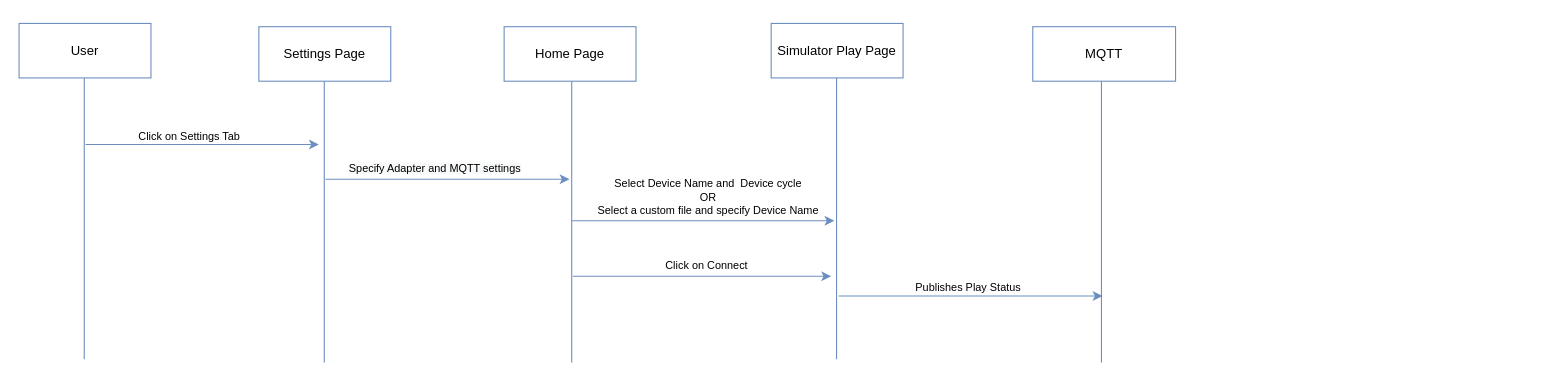
Above: Simulator Sequence .drawio in srawat19/Steris-Project (draw.io), before the change. Source tidied: cells renumbered, new cells numbered last; positions are measured from the earlier drawing's top-left corner, leaving out a move shared by most shapes. Both pictures are drawn from the tidied source at 109%, with x=0, y=0 at pixel (19, 23).
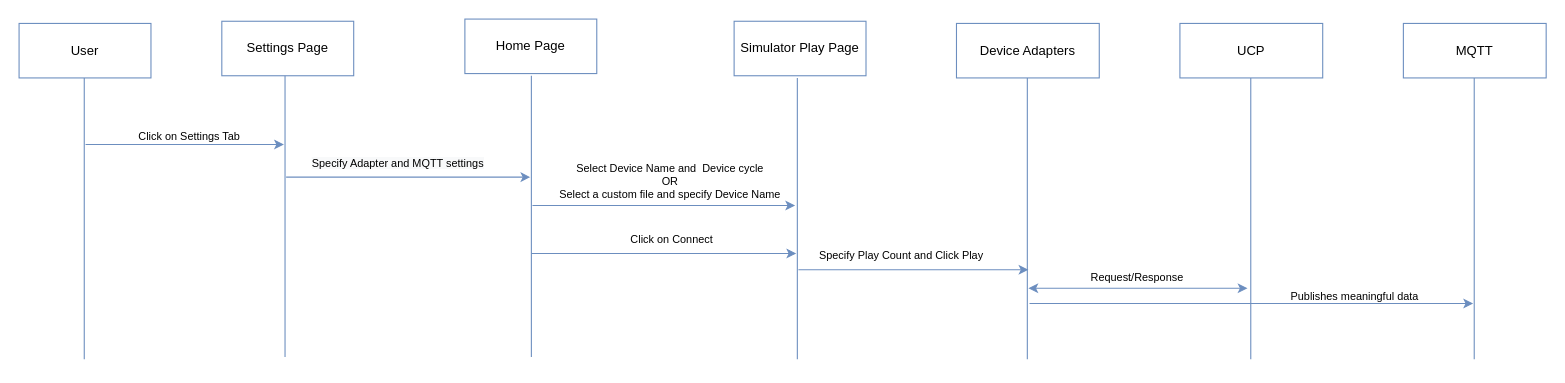
Above is the later version.

Diff of the diagram source:
```diff
@@
     <mxCell id="3" value="&lt;font style=&quot;font-size: 12px&quot;&gt;Settings Page&lt;/font&gt;" style="rounded=0;whiteSpace=wrap;html=1;strokeColor=#6C8EBF;" parent="1" vertex="1">
-      <mxGeometry x="220" y="3" width="121" height="50" as="geometry" />
+      <mxGeometry x="186" y="-2" width="121" height="50" as="geometry" />
     </mxCell>
     <mxCell id="4" value="&lt;font style=&quot;font-size: 12px&quot;&gt;Home Page&lt;/font&gt;" style="rounded=0;whiteSpace=wrap;html=1;strokeColor=#6C8EBF;" parent="1" vertex="1">
-      <mxGeometry x="445" y="3" width="121" height="50" as="geometry" />
+      <mxGeometry x="409" y="-4" width="121" height="50" as="geometry" />
     </mxCell>
     <mxCell id="5" value="Simulator Play Page" style="rounded=0;whiteSpace=wrap;html=1;strokeColor=#6C8EBF;" parent="1" vertex="1">
-      <mxGeometry x="690" width="121" height="50" as="geometry" />
+      <mxGeometry x="656" y="-2" width="121" height="50" as="geometry" />
     </mxCell>
@@
     <mxCell id="7" style="endArrow=none;html=1;strokeColor=#6C8EBF;" parent="1" edge="1">
       <mxGeometry relative="1" as="geometry">
-        <mxPoint x="280" y="311" as="sourcePoint" />
-        <mxPoint x="280" y="53" as="targetPoint" />
+        <mxPoint x="244" y="306" as="sourcePoint" />
+        <mxPoint x="244" y="48" as="targetPoint" />
       </mxGeometry>
     </mxCell>
     <mxCell id="8" style="endArrow=none;html=1;strokeColor=#6C8EBF;" parent="1" edge="1">
       <mxGeometry relative="1" as="geometry">
-        <mxPoint x="507" y="311" as="sourcePoint" />
-        <mxPoint x="507" y="53" as="targetPoint" />
+        <mxPoint x="470" y="306" as="sourcePoint" />
+        <mxPoint x="470" y="48" as="targetPoint" />
       </mxGeometry>
     </mxCell>
     <mxCell id="9" style="endArrow=none;html=1;strokeColor=#6C8EBF;" parent="1" edge="1">
       <mxGeometry relative="1" as="geometry">
-        <mxPoint x="750" y="308" as="sourcePoint" />
-        <mxPoint x="750" y="50" as="targetPoint" />
+        <mxPoint x="714" y="308" as="sourcePoint" />
+        <mxPoint x="714" y="50" as="targetPoint" />
       </mxGeometry>
     </mxCell>
     <mxCell id="10" style="endArrow=classic;html=1;strokeColor=#6C8EBF;" parent="1" edge="1">
       <mxGeometry relative="1" as="geometry">
         <mxPoint x="61" y="111" as="sourcePoint" />
-        <mxPoint x="275" y="111" as="targetPoint" />
+        <mxPoint x="243" y="111" as="targetPoint" />
       </mxGeometry>
     </mxCell>
     <mxCell id="11" style="endArrow=classic;html=1;strokeColor=#6C8EBF;" parent="1" edge="1">
       <mxGeometry relative="1" as="geometry">
-        <mxPoint x="281" y="143" as="sourcePoint" />
-        <mxPoint x="505" y="143" as="targetPoint" />
+        <mxPoint x="245" y="141" as="sourcePoint" />
+        <mxPoint x="469" y="141" as="targetPoint" />
       </mxGeometry>
     </mxCell>
     <mxCell id="12" style="endArrow=classic;html=1;strokeColor=#6C8EBF;" parent="1" edge="1">
       <mxGeometry relative="1" as="geometry">
-        <mxPoint x="507" y="181" as="sourcePoint" />
-        <mxPoint x="748" y="181" as="targetPoint" />
+        <mxPoint x="471" y="167" as="sourcePoint" />
+        <mxPoint x="712" y="167" as="targetPoint" />
       </mxGeometry>
     </mxCell>
     <mxCell id="13" style="endArrow=none;html=1;strokeColor=#6C8EBF;" parent="1" edge="1">
       <mxGeometry relative="1" as="geometry">
-        <mxPoint x="993" y="311" as="sourcePoint" />
-        <mxPoint x="993" y="53" as="targetPoint" />
+        <mxPoint x="925" y="308" as="sourcePoint" />
+        <mxPoint x="925" y="50" as="targetPoint" />
       </mxGeometry>
     </mxCell>
-    <mxCell id="14" value="MQTT" style="rounded=0;whiteSpace=wrap;html=1;strokeColor=#6C8EBF;" parent="1" vertex="1">
-      <mxGeometry x="930" y="3" width="131" height="50" as="geometry" />
+    <mxCell id="14" value="Device Adapters" style="rounded=0;whiteSpace=wrap;html=1;strokeColor=#6C8EBF;" parent="1" vertex="1">
+      <mxGeometry x="860" width="131" height="50" as="geometry" />
     </mxCell>
     <mxCell id="15" style="endArrow=classic;html=1;strokeColor=#6C8EBF;" parent="1" edge="1">
       <mxGeometry relative="1" as="geometry">
-        <mxPoint x="752" y="250" as="sourcePoint" />
-        <mxPoint x="994" y="250" as="targetPoint" />
+        <mxPoint x="715" y="226" as="sourcePoint" />
+        <mxPoint x="926" y="226" as="targetPoint" />
       </mxGeometry>
     </mxCell>
@@
     <mxCell id="17" value="&lt;span style=&quot;color: rgb(0, 0, 0); font-family: helvetica; font-size: 10px; font-style: normal; font-weight: 400; letter-spacing: normal; text-align: center; text-indent: 0px; text-transform: none; word-spacing: 0px; background-color: rgb(248, 249, 250); display: inline; float: none;&quot;&gt;Specify Adapter and MQTT settings&lt;/span&gt;" style="text;whiteSpace=wrap;html=1;fontSize=10;" parent="1" vertex="1">
-      <mxGeometry x="301" y="121" width="178" height="26" as="geometry" />
+      <mxGeometry x="267" y="116" width="178" height="26" as="geometry" />
     </mxCell>
     <mxCell id="18" value="&amp;nbsp;Select Device Name and&amp;nbsp; Device cycle&amp;nbsp;&lt;br&gt;OR&lt;br&gt;Select a custom file and specify Device Name" style="text;html=1;align=center;verticalAlign=middle;fontSize=10;" parent="1" vertex="1">
-      <mxGeometry x="525.8" y="139" width="213" height="40" as="geometry" />
+      <mxGeometry x="490" y="125" width="213" height="40" as="geometry" />
     </mxCell>
     <mxCell id="19" style="endArrow=classic;html=1;strokeColor=#6C8EBF;" parent="1" edge="1">
       <mxGeometry relative="1" as="geometry">
-        <mxPoint x="508" y="232" as="sourcePoint" />
-        <mxPoint x="745" y="232" as="targetPoint" />
+        <mxPoint x="470" y="211" as="sourcePoint" />
+        <mxPoint x="713" y="211" as="targetPoint" />
       </mxGeometry>
     </mxCell>
     <mxCell id="20" value="Click on Connect&amp;nbsp;" style="text;html=1;strokeColor=none;fillColor=none;align=center;verticalAlign=middle;whiteSpace=wrap;rounded=0;fontSize=10;" parent="1" vertex="1">
-      <mxGeometry x="580" y="212" width="104.5" height="20" as="geometry" />
+      <mxGeometry x="548" y="188" width="104.5" height="20" as="geometry" />
     </mxCell>
-    <mxCell id="21" value="Publishes Play Status&amp;nbsp;" style="text;html=1;strokeColor=none;fillColor=none;align=center;verticalAlign=middle;whiteSpace=wrap;rounded=0;fontSize=10;" parent="1" vertex="1">
-      <mxGeometry x="815" y="232" width="115" height="20" as="geometry" />
+    <mxCell id="21" value="Specify Play Count and Click Play&amp;nbsp;" style="text;html=1;strokeColor=none;fillColor=none;align=center;verticalAlign=middle;whiteSpace=wrap;rounded=0;fontSize=10;" parent="1" vertex="1">
+      <mxGeometry x="726" y="203" width="170" height="20" as="geometry" />
     </mxCell>
+    <mxCell id="22" value="UCP" style="rounded=0;whiteSpace=wrap;html=1;strokeColor=#6C8EBF;" parent="1" vertex="1">
+      <mxGeometry x="1065" width="131" height="50" as="geometry" />
+    </mxCell>
+    <mxCell id="23" style="endArrow=none;html=1;strokeColor=#6C8EBF;" parent="1" edge="1">
+      <mxGeometry relative="1" as="geometry">
+        <mxPoint x="1130" y="308" as="sourcePoint" />
+        <mxPoint x="1130" y="50" as="targetPoint" />
+      </mxGeometry>
+    </mxCell>
+    <mxCell id="24" value="Publishes meaningful data&amp;nbsp;" style="text;html=1;strokeColor=none;fillColor=none;align=center;verticalAlign=middle;whiteSpace=wrap;rounded=0;fontSize=10;" parent="1" vertex="1">
+      <mxGeometry x="1142" y="240" width="170" height="20" as="geometry" />
+    </mxCell>
+    <mxCell id="25" style="endArrow=classic;html=1;strokeColor=#6C8EBF;" parent="1" edge="1">
+      <mxGeometry relative="1" as="geometry">
+        <mxPoint x="927" y="257" as="sourcePoint" />
+        <mxPoint x="1334" y="257" as="targetPoint" />
+      </mxGeometry>
+    </mxCell>
+    <mxCell id="26" value="MQTT" style="rounded=0;whiteSpace=wrap;html=1;strokeColor=#6C8EBF;" parent="1" vertex="1">
+      <mxGeometry x="1270" width="131" height="50" as="geometry" />
+    </mxCell>
+    <mxCell id="27" style="endArrow=none;html=1;strokeColor=#6C8EBF;" parent="1" edge="1">
+      <mxGeometry relative="1" as="geometry">
+        <mxPoint x="1335" y="308" as="sourcePoint" />
+        <mxPoint x="1335" y="50" as="targetPoint" />
+      </mxGeometry>
+    </mxCell>
+    <mxCell id="28" style="endArrow=classic;startArrow=classic;html=1;strokeColor=#6C8EBF;fontSize=10;" parent="1" edge="1">
+      <mxGeometry relative="1" as="geometry">
+        <mxPoint x="926" y="243" as="sourcePoint" />
+        <mxPoint x="1127" y="243" as="targetPoint" />
+      </mxGeometry>
+    </mxCell>
+    <mxCell id="29" value="Request/Response" style="text;html=1;strokeColor=none;fillColor=none;align=center;verticalAlign=middle;whiteSpace=wrap;rounded=0;fontSize=10;" parent="1" vertex="1">
+      <mxGeometry x="941" y="223" width="170" height="20" as="geometry" />
+    </mxCell>
```
